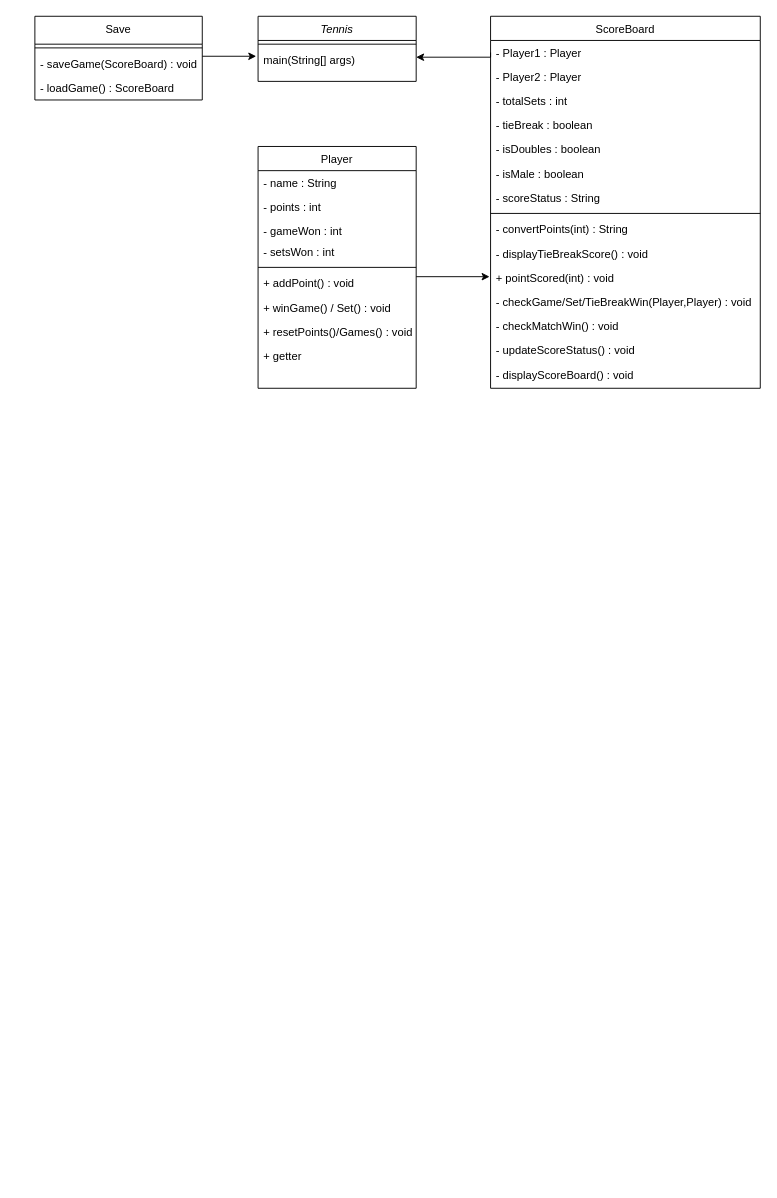
msgggg1/TennisScorer keeps this draw.io diagram as tennisScorer클래스다이어그램(최종).drawio. Above is the earlier version. Source tidied: cells renumbered, new cells numbered last; positions are measured from the earlier drawing's top-left corner, leaving out a move shared by most shapes. Both pictures are drawn from the tidied source at 93%, with x=0, y=0 at pixel (34, 16).
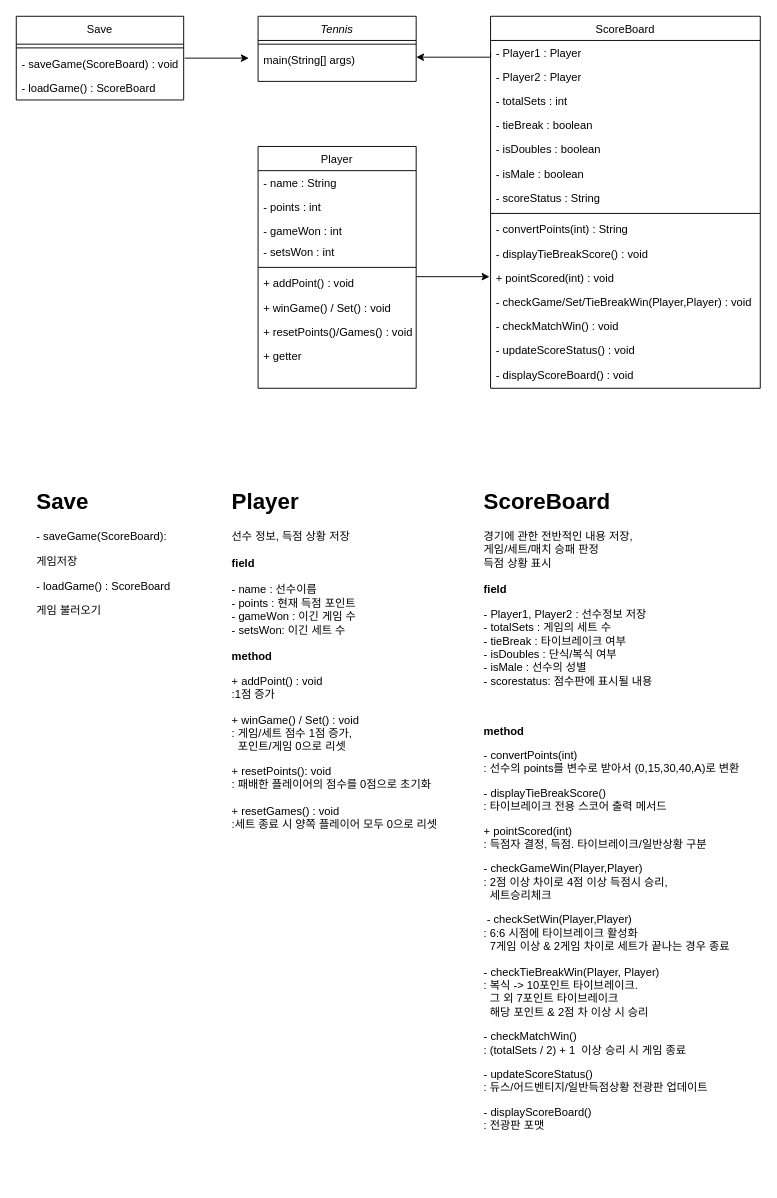
The same page after the edit.

Commit message:
tennisScorer클래스다이어그램(최종).drawio 업데이트

Change to the diagram source:
```diff
@@
     <mxCell id="15" value="Save" style="swimlane;fontStyle=0;align=center;verticalAlign=top;horizontal=1;startSize=30;rounded=0;shadow=0;strokeWidth=1;" parent="1" vertex="1">
-      <mxGeometry width="180" height="90" as="geometry" />
+      <mxGeometry x="-20" width="180" height="90" as="geometry" />
     </mxCell>
@@
+    <mxCell id="38" style="edgeStyle=orthogonalEdgeStyle;rounded=0;orthogonalLoop=1;jettySize=auto;html=1;exitX=1;exitY=0.5;exitDx=0;exitDy=0;" parent="1" edge="1">
+      <mxGeometry relative="1" as="geometry">
+        <mxPoint x="161" y="45" as="sourcePoint" />
+        <mxPoint x="230" y="45" as="targetPoint" />
+      </mxGeometry>
+    </mxCell>
@@
-    <mxCell id="37" style="edgeStyle=orthogonalEdgeStyle;rounded=0;orthogonalLoop=1;jettySize=auto;html=1;exitX=1;exitY=0.5;exitDx=0;exitDy=0;entryX=-0.012;entryY=0.85;entryDx=0;entryDy=0;entryPerimeter=0;" parent="1" edge="1">
-      <mxGeometry relative="1" as="geometry">
-        <mxPoint x="180" y="43" as="sourcePoint" />
-        <mxPoint x="238" y="43" as="targetPoint" />
-      </mxGeometry>
-    </mxCell>
+    <mxCell id="39" value="&lt;h1 style=&quot;margin-top: 0px;&quot;&gt;Save&lt;/h1&gt;&lt;p&gt;&lt;span style=&quot;text-wrap-mode: nowrap;&quot;&gt;- saveGame(ScoreBoard):&lt;/span&gt;&lt;/p&gt;&lt;p&gt;&lt;span style=&quot;text-wrap-mode: nowrap;&quot;&gt;게임저장&lt;/span&gt;&lt;/p&gt;&lt;p&gt;&lt;span style=&quot;text-wrap-mode: nowrap;&quot;&gt;- loadGame() : ScoreBoard&lt;/span&gt;&lt;span style=&quot;text-wrap-mode: nowrap;&quot;&gt;&lt;/span&gt;&lt;/p&gt;&lt;p&gt;&lt;span style=&quot;text-wrap-mode: nowrap;&quot;&gt;게임 불러오기&lt;/span&gt;&lt;/p&gt;" style="text;html=1;whiteSpace=wrap;overflow=hidden;rounded=0;" parent="1" vertex="1">
+      <mxGeometry y="501" width="180" height="150" as="geometry" />
+    </mxCell>
+    <mxCell id="40" value="&lt;h1 style=&quot;margin-top: 0px;&quot;&gt;Player&lt;/h1&gt;&lt;div&gt;선수 정보, 득점 상황 저장&lt;/div&gt;&lt;div&gt;&lt;br&gt;&lt;/div&gt;&lt;div&gt;&lt;b&gt;field&lt;/b&gt;&lt;/div&gt;&lt;div&gt;&lt;b&gt;&lt;br&gt;&lt;/b&gt;&lt;/div&gt;&lt;div&gt;- name : 선수이름&lt;/div&gt;&lt;div&gt;- points : 현재 득점 포인트&amp;nbsp;&lt;/div&gt;&lt;div&gt;- gameWon : 이긴 게임 수&amp;nbsp;&lt;/div&gt;&lt;div&gt;- setsWon: 이긴 세트 수&amp;nbsp;&lt;/div&gt;&lt;div&gt;&lt;br&gt;&lt;/div&gt;&lt;div&gt;&lt;b&gt;method&lt;/b&gt;&lt;/div&gt;&lt;p&gt;+ addPoint() : void&lt;br&gt;&lt;span style=&quot;background-color: transparent; color: light-dark(rgb(0, 0, 0), rgb(255, 255, 255));&quot;&gt;:1점 증가&lt;/span&gt;&lt;/p&gt;&lt;p&gt;+ winGame() / Set() : void&lt;br&gt;&lt;span style=&quot;background-color: transparent; color: light-dark(rgb(0, 0, 0), rgb(255, 255, 255));&quot;&gt;: 게임/세트 점수 1점 증가,&amp;nbsp;&lt;br&gt;&lt;/span&gt;&lt;span style=&quot;background-color: transparent; color: light-dark(rgb(0, 0, 0), rgb(255, 255, 255));&quot;&gt;&amp;nbsp; 포인트/게임 0으로 리셋&lt;/span&gt;&lt;/p&gt;&lt;div style=&quot;padding: 0px; margin: 0px;&quot;&gt;&lt;span style=&quot;text-wrap-mode: nowrap; background-color: transparent; color: light-dark(rgb(0, 0, 0), rgb(255, 255, 255));&quot;&gt;+ resetPoints(): void&lt;/span&gt;&lt;/div&gt;&lt;div style=&quot;padding: 0px; margin: 0px;&quot;&gt;&lt;span style=&quot;text-wrap-mode: nowrap;&quot;&gt;: 패배한 플레이어의 점수를 0점으로 초기화&lt;/span&gt;&lt;/div&gt;&lt;div style=&quot;padding: 0px; margin: 0px;&quot;&gt;&lt;span style=&quot;text-wrap-mode: nowrap;&quot;&gt;&lt;br&gt;&lt;/span&gt;&lt;/div&gt;&lt;div style=&quot;padding: 0px; margin: 0px;&quot;&gt;&lt;span style=&quot;text-wrap-mode: nowrap;&quot;&gt;+ resetGames() : void&lt;/span&gt;&lt;/div&gt;&lt;div style=&quot;padding: 0px; margin: 0px;&quot;&gt;&lt;span style=&quot;text-wrap-mode: nowrap;&quot;&gt;:세트 종료 시 양쪽 플레이어 모두 0으로 리셋&lt;br&gt;&lt;br&gt;&lt;/span&gt;&lt;/div&gt;&lt;div style=&quot;padding: 0px; margin: 0px;&quot;&gt;&lt;br&gt;&lt;/div&gt;&lt;div style=&quot;padding: 0px; margin: 0px;&quot;&gt;&lt;br style=&quot;padding: 0px; margin: 0px; text-wrap-mode: nowrap;&quot;&gt;&lt;/div&gt;" style="text;html=1;whiteSpace=wrap;overflow=hidden;rounded=0;" parent="1" vertex="1">
+      <mxGeometry x="210" y="501" width="240" height="399" as="geometry" />
+    </mxCell>
+    <mxCell id="41" value="&lt;h1 style=&quot;margin-top: 0px;&quot;&gt;ScoreBoard&lt;/h1&gt;&lt;div&gt;경기에 관한 전반적인 내용 저장,&lt;/div&gt;&lt;div&gt;게임/세트/매치 승패 판정&lt;/div&gt;&lt;div&gt;득점 상황 표시&lt;/div&gt;&lt;div&gt;&lt;br&gt;&lt;/div&gt;&lt;div&gt;&lt;b&gt;field&lt;/b&gt;&lt;/div&gt;&lt;p&gt;- Player1, Player2 : 선수정보 저장&lt;br&gt;- totalSets : 게임의 세트 수&lt;br&gt;- tieBreak : 타이브레이크 여부&lt;br&gt;- isDoubles : 단식/복식 여부&lt;br&gt;- isMale : 선수의 성별&lt;br&gt;- scorestatus: 점수판에 표시될 내용&lt;/p&gt;&lt;p&gt;&lt;br&gt;&lt;/p&gt;&lt;p&gt;&lt;b&gt;method&lt;/b&gt;&lt;/p&gt;&lt;p&gt;- convertPoints(int)&lt;br&gt;&lt;span style=&quot;background-color: transparent; color: light-dark(rgb(0, 0, 0), rgb(255, 255, 255));&quot;&gt;: 선수의 points를 변수로 받아서 (0,15,30,40,A)로 변환&lt;/span&gt;&lt;/p&gt;&lt;p&gt;-&amp;nbsp;&lt;span style=&quot;text-wrap-mode: nowrap; background-color: transparent; color: light-dark(rgb(0, 0, 0), rgb(255, 255, 255));&quot;&gt;displayTieBreakScore()&lt;br&gt;&lt;/span&gt;&lt;span style=&quot;background-color: transparent; color: light-dark(rgb(0, 0, 0), rgb(255, 255, 255)); text-wrap-mode: nowrap;&quot;&gt;:&amp;nbsp;&lt;/span&gt;&lt;span style=&quot;background-color: transparent; color: light-dark(rgb(0, 0, 0), rgb(255, 255, 255)); text-wrap-mode: nowrap;&quot;&gt;타이브레이크 전용 스코어 출력 메서드&lt;/span&gt;&lt;/p&gt;&lt;p&gt;&lt;span style=&quot;text-wrap-mode: nowrap;&quot;&gt;+ pointScored(int)&amp;nbsp;&lt;br&gt;&lt;/span&gt;&lt;span style=&quot;text-wrap-mode: nowrap; background-color: transparent; color: light-dark(rgb(0, 0, 0), rgb(255, 255, 255));&quot;&gt;: 득점자 결정, 득점. 타이브레이크/일반상황 구분&lt;/span&gt;&lt;/p&gt;&lt;p&gt;&lt;span style=&quot;text-wrap-mode: nowrap;&quot;&gt;- checkGameWin(Player,Player)&lt;br&gt;&lt;/span&gt;&lt;span style=&quot;text-wrap-mode: nowrap; background-color: transparent; color: light-dark(rgb(0, 0, 0), rgb(255, 255, 255));&quot;&gt;: 2점 이상 차이로 4점 이상 득점시 승리,&amp;nbsp;&lt;br&gt;&lt;/span&gt;&lt;span style=&quot;background-color: transparent; color: light-dark(rgb(0, 0, 0), rgb(255, 255, 255)); text-wrap-mode: nowrap;&quot;&gt;&amp;nbsp; 세트승리체크&lt;/span&gt;&lt;/p&gt;&lt;p&gt;&lt;span style=&quot;text-wrap-mode: nowrap;&quot;&gt;&amp;nbsp;- checkSetWin&lt;/span&gt;&lt;span style=&quot;text-wrap-mode: nowrap; background-color: transparent; color: light-dark(rgb(0, 0, 0), rgb(255, 255, 255));&quot;&gt;(Player,Player)&lt;br&gt;:&amp;nbsp;&lt;/span&gt;&lt;span style=&quot;background-color: transparent;&quot;&gt;&lt;span style=&quot;text-wrap-mode: nowrap;&quot;&gt;6:6 시점에 타이브레이크 활성화&lt;/span&gt;&lt;br&gt;&lt;span style=&quot;text-wrap-mode: nowrap;&quot;&gt;&amp;nbsp; 7게임 이상 &amp;amp; 2게임 차이로 세트가 끝나는 경우 종료&lt;/span&gt;&lt;/span&gt;&lt;/p&gt;&lt;p&gt;&lt;span style=&quot;background-color: transparent; color: light-dark(rgb(0, 0, 0), rgb(255, 255, 255)); text-wrap-mode: nowrap;&quot;&gt;-&amp;nbsp;&lt;/span&gt;&lt;span style=&quot;background-color: transparent; text-wrap-mode: nowrap;&quot;&gt;checkTieBreakWin(Player, Player)&lt;br&gt;&lt;/span&gt;&lt;span style=&quot;background-color: transparent; color: light-dark(rgb(0, 0, 0), rgb(255, 255, 255)); text-wrap-mode: nowrap;&quot;&gt;: 복식 -&amp;gt; 10포인트 타이브레이크. &lt;br&gt;&amp;nbsp; 그 외 7포인트 타이브레이크&lt;/span&gt;&lt;span style=&quot;background-color: transparent;&quot;&gt;&lt;br&gt;&lt;span style=&quot;text-wrap-mode: nowrap;&quot;&gt;&amp;nbsp; 해당 포인트 &amp;amp; 2점 차 이상 시 승리&lt;/span&gt;&lt;/span&gt;&lt;/p&gt;&lt;p&gt;&lt;span style=&quot;background-color: transparent;&quot;&gt;&lt;span style=&quot;text-wrap-mode: nowrap;&quot;&gt;-&amp;nbsp;&lt;/span&gt;&lt;/span&gt;&lt;span style=&quot;background-color: transparent; text-wrap-mode: nowrap;&quot;&gt;checkMatchWin()&lt;br&gt;:&amp;nbsp;&lt;/span&gt;&lt;span style=&quot;background-color: transparent; text-wrap-mode: nowrap;&quot;&gt;(totalSets / 2) + 1&amp;nbsp; 이상 승리 시 게임 종료&lt;/span&gt;&lt;/p&gt;&lt;p&gt;&lt;span style=&quot;text-wrap-mode: nowrap; background-color: transparent; color: light-dark(rgb(0, 0, 0), rgb(255, 255, 255));&quot;&gt;- updateScoreStatus()&lt;br&gt;: 듀스/어드벤티지/일반득점상황 전광판 업데이트&lt;br&gt;&lt;/span&gt;&lt;/p&gt;&lt;p&gt;&lt;span style=&quot;text-wrap-mode: nowrap; background-color: transparent; color: light-dark(rgb(0, 0, 0), rgb(255, 255, 255));&quot;&gt;- displayScoreBoard()&lt;br&gt;: 전광판 포맷&lt;/span&gt;&lt;/p&gt;" style="text;html=1;whiteSpace=wrap;overflow=hidden;rounded=0;" parent="1" vertex="1">
+      <mxGeometry x="481" y="501" width="290" height="749" as="geometry" />
+    </mxCell>
```
